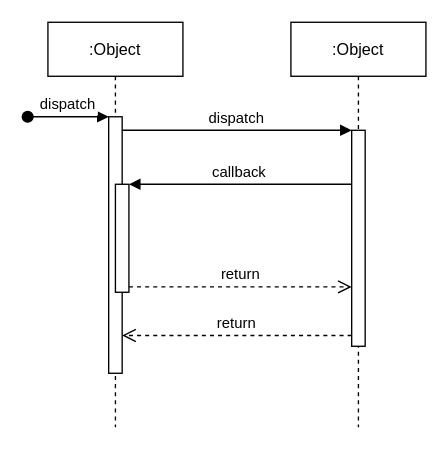
The draw.io diagram Работодатель подбирает практикантов.drawio in vbulash/needful, before the edit. Source tidied: cells renumbered, new cells numbered last; positions are measured from the earlier drawing's top-left corner, leaving out a move shared by most shapes. Both pictures are drawn from the tidied source at 135%, with x=0, y=0 at pixel (27, 22).
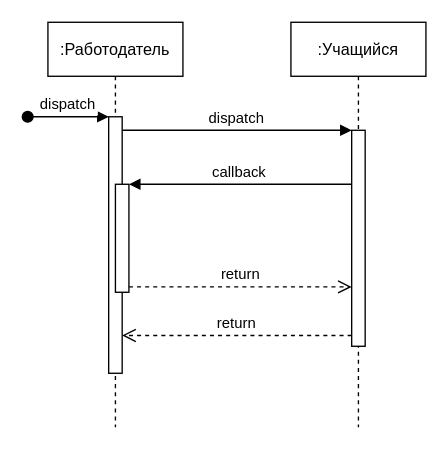
After the change.

The edit, as a diff of the source:
```diff
@@
 <mxGraphModel>
   <root>
     <mxCell id="0" />
     <mxCell id="1" parent="0" />
-    <mxCell id="2" value=":Object" style="shape=umlLifeline;perimeter=lifelinePerimeter;rounded=0;shadow=0;strokeWidth=1;" parent="1" vertex="1">
+    <mxCell id="2" value=":Работодатель" style="shape=umlLifeline;perimeter=lifelinePerimeter;rounded=0;shadow=0;strokeWidth=1;" parent="1" vertex="1">
       <mxGeometry x="15" width="100" height="300" as="geometry" />
     </mxCell>
     <mxCell id="3" style="points=[];perimeter=orthogonalPerimeter;rounded=0;shadow=0;strokeWidth=1;" parent="2" vertex="1">
       <mxGeometry x="45" y="70" width="10" height="190" as="geometry" />
     </mxCell>
     <mxCell id="4" value="dispatch" style="verticalAlign=bottom;startArrow=oval;endArrow=block;startSize=8;shadow=0;strokeWidth=1;" parent="2" edge="1" target="3">
       <mxGeometry relative="1" as="geometry">
         <mxPoint x="-15" y="70" as="sourcePoint" />
       </mxGeometry>
     </mxCell>
     <mxCell id="5" style="points=[];perimeter=orthogonalPerimeter;rounded=0;shadow=0;strokeWidth=1;" parent="2" vertex="1">
       <mxGeometry x="50" y="120" width="10" height="80" as="geometry" />
     </mxCell>
-    <mxCell id="6" value=":Object" style="shape=umlLifeline;perimeter=lifelinePerimeter;rounded=0;shadow=0;strokeWidth=1;" parent="1" vertex="1">
+    <mxCell id="6" value=":Учащийся" style="shape=umlLifeline;perimeter=lifelinePerimeter;rounded=0;shadow=0;strokeWidth=1;" parent="1" vertex="1">
       <mxGeometry x="195" width="100" height="300" as="geometry" />
     </mxCell>
     <mxCell id="7" style="points=[];perimeter=orthogonalPerimeter;rounded=0;shadow=0;strokeWidth=1;" parent="6" vertex="1">
       <mxGeometry x="45" y="80" width="10" height="160" as="geometry" />
     </mxCell>
     <mxCell id="8" value="return" style="verticalAlign=bottom;endArrow=open;dashed=1;endSize=8;exitX=0;exitY=0.95;shadow=0;strokeWidth=1;" parent="1" edge="1" source="7" target="3">
       <mxGeometry relative="1" as="geometry" />
     </mxCell>
     <mxCell id="9" value="dispatch" style="verticalAlign=bottom;endArrow=block;entryX=0;entryY=0;shadow=0;strokeWidth=1;" parent="1" edge="1" source="3" target="7">
       <mxGeometry relative="1" as="geometry" />
     </mxCell>
     <mxCell id="10" value="callback" style="verticalAlign=bottom;endArrow=block;entryX=1;entryY=0;shadow=0;strokeWidth=1;" parent="1" edge="1" source="7" target="5">
       <mxGeometry relative="1" as="geometry" />
     </mxCell>
     <mxCell id="11" value="return" style="verticalAlign=bottom;endArrow=open;dashed=1;endSize=8;exitX=1;exitY=0.95;shadow=0;strokeWidth=1;" parent="1" edge="1" source="5" target="7">
       <mxGeometry relative="1" as="geometry" />
     </mxCell>
   </root>
 </mxGraphModel>
```
